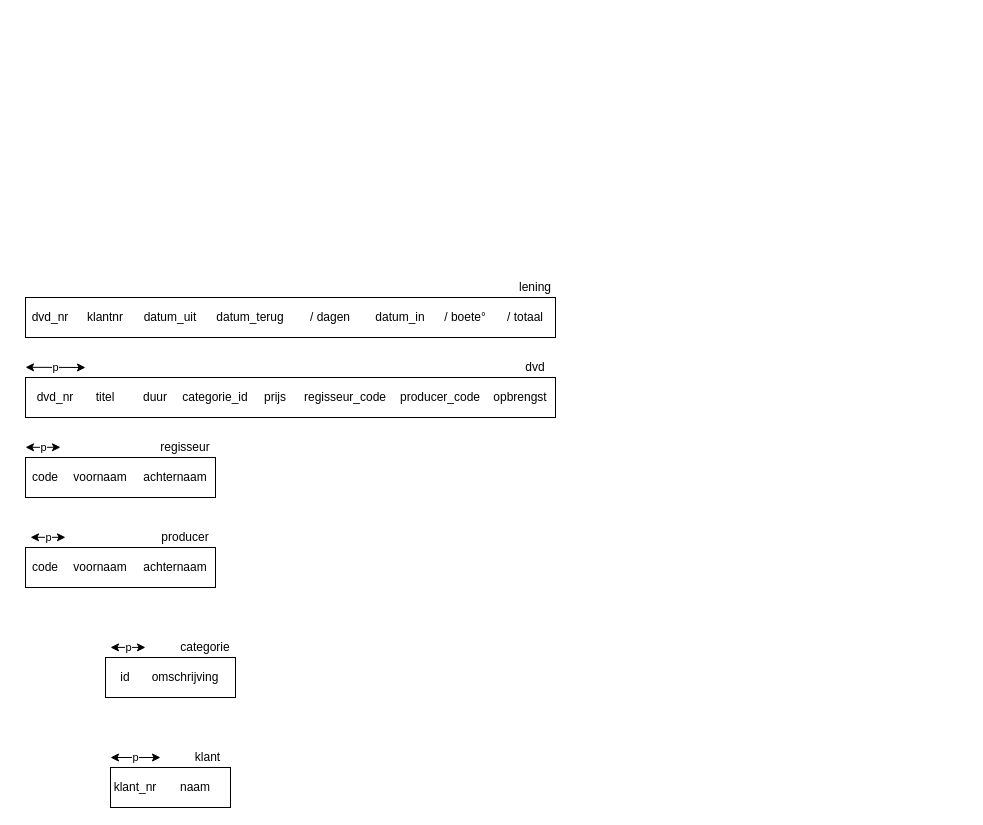
Above: assets/09-15-wc.drawio in JonaVDM/hz-1.1-db (draw.io), before the change. Source tidied: cells renumbered, new cells numbered last; positions are measured from the earlier drawing's top-left corner, leaving out a move shared by most shapes. Both pictures are drawn from the tidied source at 100%, with x=0, y=0 at pixel (25, 277).
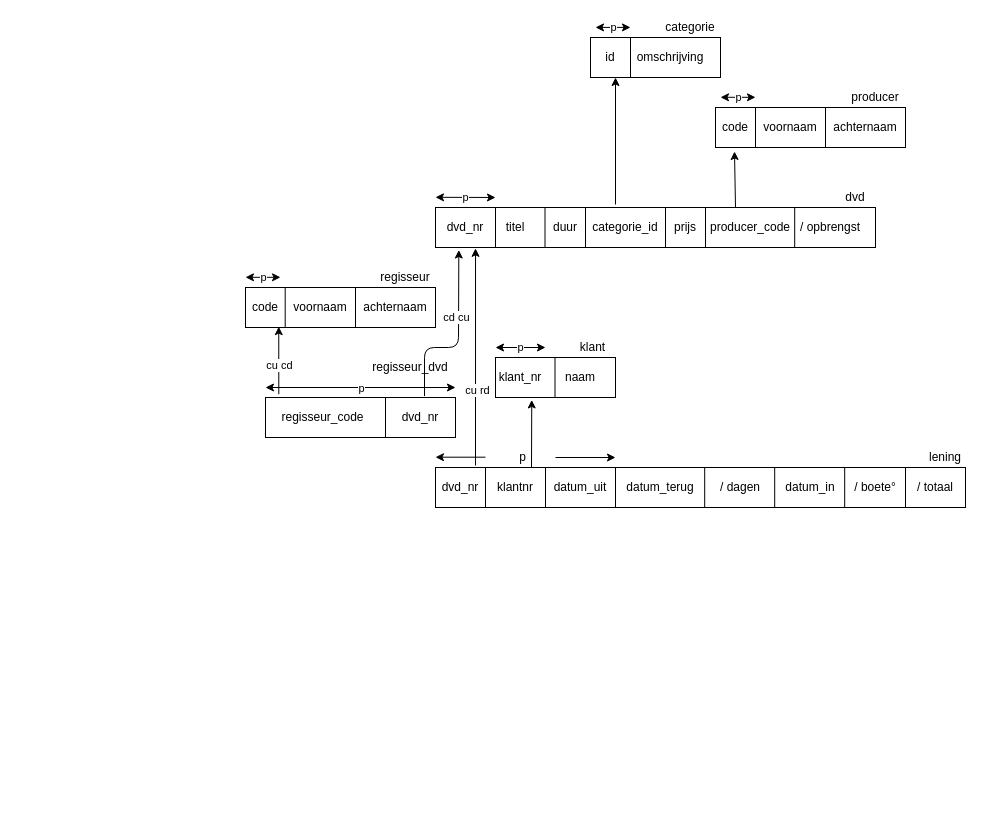
Above is the later version.

What changed in the source:
```diff
@@
     <mxCell id="2" style="rounded=0;whiteSpace=wrap;html=1;" parent="1" vertex="1">
-      <mxGeometry y="20" width="530" height="40" as="geometry" />
+      <mxGeometry x="410" y="190" width="530" height="40" as="geometry" />
     </mxCell>
     <mxCell id="3" value="lening" style="text;html=1;strokeColor=none;fillColor=none;align=center;verticalAlign=middle;whiteSpace=wrap;rounded=0;" parent="1" vertex="1">
-      <mxGeometry x="490" width="40" height="20" as="geometry" />
+      <mxGeometry x="900" y="170" width="40" height="20" as="geometry" />
     </mxCell>
     <mxCell id="4" value="/ totaal" style="text;html=1;strokeColor=none;fillColor=none;align=center;verticalAlign=middle;whiteSpace=wrap;rounded=0;" parent="1" vertex="1">
-      <mxGeometry x="470" y="30" width="60" height="20" as="geometry" />
+      <mxGeometry x="880" y="200" width="60" height="20" as="geometry" />
     </mxCell>
     <mxCell id="5" value="/ boete° " style="text;html=1;strokeColor=none;fillColor=none;align=center;verticalAlign=middle;whiteSpace=wrap;rounded=0;" parent="1" vertex="1">
-      <mxGeometry x="410" y="30" width="60" height="20" as="geometry" />
+      <mxGeometry x="820" y="200" width="60" height="20" as="geometry" />
     </mxCell>
     <mxCell id="6" value="datum_in" style="text;html=1;strokeColor=none;fillColor=none;align=center;verticalAlign=middle;whiteSpace=wrap;rounded=0;" parent="1" vertex="1">
-      <mxGeometry x="340" y="30" width="70" height="20" as="geometry" />
+      <mxGeometry x="750" y="200" width="70" height="20" as="geometry" />
     </mxCell>
     <mxCell id="7" value="/ dagen" style="text;html=1;strokeColor=none;fillColor=none;align=center;verticalAlign=middle;whiteSpace=wrap;rounded=0;" parent="1" vertex="1">
-      <mxGeometry x="270" y="30" width="70" height="20" as="geometry" />
+      <mxGeometry x="680" y="200" width="70" height="20" as="geometry" />
     </mxCell>
     <mxCell id="8" value="datum_uit" style="text;html=1;strokeColor=none;fillColor=none;align=center;verticalAlign=middle;whiteSpace=wrap;rounded=0;" parent="1" vertex="1">
-      <mxGeometry x="110" y="30" width="70" height="20" as="geometry" />
+      <mxGeometry x="520" y="200" width="70" height="20" as="geometry" />
     </mxCell>
     <mxCell id="9" value="datum_terug" style="text;html=1;strokeColor=none;fillColor=none;align=center;verticalAlign=middle;whiteSpace=wrap;rounded=0;" parent="1" vertex="1">
-      <mxGeometry x="180" y="30" width="90" height="20" as="geometry" />
+      <mxGeometry x="590" y="200" width="90" height="20" as="geometry" />
     </mxCell>
     <mxCell id="10" value="klantnr" style="text;html=1;strokeColor=none;fillColor=none;align=center;verticalAlign=middle;whiteSpace=wrap;rounded=0;" parent="1" vertex="1">
-      <mxGeometry x="50" y="30" width="60" height="20" as="geometry" />
+      <mxGeometry x="460" y="200" width="60" height="20" as="geometry" />
     </mxCell>
     <mxCell id="11" value="dvd_nr" style="text;html=1;strokeColor=none;fillColor=none;align=center;verticalAlign=middle;whiteSpace=wrap;rounded=0;" parent="1" vertex="1">
-      <mxGeometry y="30" width="50" height="20" as="geometry" />
+      <mxGeometry x="410" y="200" width="50" height="20" as="geometry" />
     </mxCell>
     <mxCell id="12" style="rounded=0;whiteSpace=wrap;html=1;" parent="1" vertex="1">
-      <mxGeometry y="100" width="530" height="40" as="geometry" />
+      <mxGeometry x="410" y="-70" width="440" height="40" as="geometry" />
     </mxCell>
     <mxCell id="13" value="&lt;div&gt;dvd_nr&lt;/div&gt;" style="text;html=1;strokeColor=none;fillColor=none;align=center;verticalAlign=middle;whiteSpace=wrap;rounded=0;" parent="1" vertex="1">
-      <mxGeometry y="110" width="60" height="20" as="geometry" />
+      <mxGeometry x="410" y="-60" width="60" height="20" as="geometry" />
     </mxCell>
     <mxCell id="14" value="titel" style="text;html=1;strokeColor=none;fillColor=none;align=center;verticalAlign=middle;whiteSpace=wrap;rounded=0;" parent="1" vertex="1">
-      <mxGeometry x="60" y="110" width="40" height="20" as="geometry" />
+      <mxGeometry x="470" y="-60" width="40" height="20" as="geometry" />
     </mxCell>
     <mxCell id="15" value="duur" style="text;html=1;strokeColor=none;fillColor=none;align=center;verticalAlign=middle;whiteSpace=wrap;rounded=0;" parent="1" vertex="1">
-      <mxGeometry x="110" y="110" width="40" height="20" as="geometry" />
+      <mxGeometry x="520" y="-60" width="40" height="20" as="geometry" />
     </mxCell>
     <mxCell id="16" value="categorie_id" style="text;html=1;strokeColor=none;fillColor=none;align=center;verticalAlign=middle;whiteSpace=wrap;rounded=0;" parent="1" vertex="1">
-      <mxGeometry x="150" y="110" width="80" height="20" as="geometry" />
+      <mxGeometry x="560" y="-60" width="80" height="20" as="geometry" />
     </mxCell>
     <mxCell id="17" value="prijs" style="text;html=1;strokeColor=none;fillColor=none;align=center;verticalAlign=middle;whiteSpace=wrap;rounded=0;" parent="1" vertex="1">
-      <mxGeometry x="230" y="110" width="40" height="20" as="geometry" />
+      <mxGeometry x="640" y="-60" width="40" height="20" as="geometry" />
     </mxCell>
-    <mxCell id="18" value="regisseur_code" style="text;html=1;strokeColor=none;fillColor=none;align=center;verticalAlign=middle;whiteSpace=wrap;rounded=0;" parent="1" vertex="1">
-      <mxGeometry x="270" y="110" width="100" height="20" as="geometry" />
-    </mxCell>
     <mxCell id="19" value="producer_code" style="text;html=1;strokeColor=none;fillColor=none;align=center;verticalAlign=middle;whiteSpace=wrap;rounded=0;" parent="1" vertex="1">
-      <mxGeometry x="370" y="110" width="90" height="20" as="geometry" />
+      <mxGeometry x="680" y="-60" width="90" height="20" as="geometry" />
     </mxCell>
-    <mxCell id="20" value="opbrengst" style="text;html=1;strokeColor=none;fillColor=none;align=center;verticalAlign=middle;whiteSpace=wrap;rounded=0;" parent="1" vertex="1">
-      <mxGeometry x="460" y="110" width="70" height="20" as="geometry" />
+    <mxCell id="20" value="/ opbrengst" style="text;html=1;strokeColor=none;fillColor=none;align=center;verticalAlign=middle;whiteSpace=wrap;rounded=0;" parent="1" vertex="1">
+      <mxGeometry x="770" y="-60" width="70" height="20" as="geometry" />
     </mxCell>
     <mxCell id="21" value="&lt;div&gt;dvd&lt;/div&gt;" style="text;html=1;strokeColor=none;fillColor=none;align=center;verticalAlign=middle;whiteSpace=wrap;rounded=0;" parent="1" vertex="1">
-      <mxGeometry x="490" y="80" width="40" height="20" as="geometry" />
+      <mxGeometry x="810" y="-90" width="40" height="20" as="geometry" />
     </mxCell>
     <mxCell id="22" style="rounded=0;whiteSpace=wrap;html=1;" parent="1" vertex="1">
-      <mxGeometry y="180" width="190" height="40" as="geometry" />
+      <mxGeometry x="220" y="10" width="190" height="40" as="geometry" />
     </mxCell>
     <mxCell id="23" value="code" style="text;html=1;strokeColor=none;fillColor=none;align=center;verticalAlign=middle;whiteSpace=wrap;rounded=0;" parent="1" vertex="1">
-      <mxGeometry y="190" width="40" height="20" as="geometry" />
+      <mxGeometry x="220" y="20" width="40" height="20" as="geometry" />
     </mxCell>
     <mxCell id="24" value="voornaam" style="text;html=1;strokeColor=none;fillColor=none;align=center;verticalAlign=middle;whiteSpace=wrap;rounded=0;" parent="1" vertex="1">
-      <mxGeometry x="40" y="190" width="70" height="20" as="geometry" />
+      <mxGeometry x="260" y="20" width="70" height="20" as="geometry" />
     </mxCell>
     <mxCell id="25" value="achternaam" style="text;html=1;strokeColor=none;fillColor=none;align=center;verticalAlign=middle;whiteSpace=wrap;rounded=0;" parent="1" vertex="1">
-      <mxGeometry x="110" y="190" width="80" height="20" as="geometry" />
+      <mxGeometry x="330" y="20" width="80" height="20" as="geometry" />
     </mxCell>
     <mxCell id="26" value="regisseur" style="text;html=1;strokeColor=none;fillColor=none;align=center;verticalAlign=middle;whiteSpace=wrap;rounded=0;" parent="1" vertex="1">
-      <mxGeometry x="130" y="160" width="60" height="20" as="geometry" />
+      <mxGeometry x="350" y="-10" width="60" height="20" as="geometry" />
     </mxCell>
     <mxCell id="27" style="rounded=0;whiteSpace=wrap;html=1;" parent="1" vertex="1">
-      <mxGeometry y="270" width="190" height="40" as="geometry" />
+      <mxGeometry x="690" y="-170" width="190" height="40" as="geometry" />
     </mxCell>
     <mxCell id="28" value="code" style="text;html=1;strokeColor=none;fillColor=none;align=center;verticalAlign=middle;whiteSpace=wrap;rounded=0;" parent="1" vertex="1">
-      <mxGeometry y="280" width="40" height="20" as="geometry" />
+      <mxGeometry x="690" y="-160" width="40" height="20" as="geometry" />
     </mxCell>
     <mxCell id="29" value="voornaam" style="text;html=1;strokeColor=none;fillColor=none;align=center;verticalAlign=middle;whiteSpace=wrap;rounded=0;" parent="1" vertex="1">
-      <mxGeometry x="40" y="280" width="70" height="20" as="geometry" />
+      <mxGeometry x="730" y="-160" width="70" height="20" as="geometry" />
     </mxCell>
     <mxCell id="30" value="achternaam" style="text;html=1;strokeColor=none;fillColor=none;align=center;verticalAlign=middle;whiteSpace=wrap;rounded=0;" parent="1" vertex="1">
-      <mxGeometry x="110" y="280" width="80" height="20" as="geometry" />
+      <mxGeometry x="800" y="-160" width="80" height="20" as="geometry" />
     </mxCell>
     <mxCell id="31" value="producer" style="text;html=1;strokeColor=none;fillColor=none;align=center;verticalAlign=middle;whiteSpace=wrap;rounded=0;" parent="1" vertex="1">
-      <mxGeometry x="130" y="250" width="60" height="20" as="geometry" />
+      <mxGeometry x="820" y="-190" width="60" height="20" as="geometry" />
     </mxCell>
     <mxCell id="32" style="rounded=0;whiteSpace=wrap;html=1;" parent="1" vertex="1">
-      <mxGeometry x="80" y="380" width="130" height="40" as="geometry" />
+      <mxGeometry x="565" y="-240" width="130" height="40" as="geometry" />
     </mxCell>
     <mxCell id="33" value="id" style="text;html=1;strokeColor=none;fillColor=none;align=center;verticalAlign=middle;whiteSpace=wrap;rounded=0;" parent="1" vertex="1">
-      <mxGeometry x="80" y="390" width="40" height="20" as="geometry" />
+      <mxGeometry x="565" y="-230" width="40" height="20" as="geometry" />
     </mxCell>
     <mxCell id="34" value="omschrijving" style="text;html=1;strokeColor=none;fillColor=none;align=center;verticalAlign=middle;whiteSpace=wrap;rounded=0;" parent="1" vertex="1">
-      <mxGeometry x="120" y="390" width="80" height="20" as="geometry" />
+      <mxGeometry x="605" y="-230" width="80" height="20" as="geometry" />
     </mxCell>
     <mxCell id="35" value="categorie" style="text;html=1;strokeColor=none;fillColor=none;align=center;verticalAlign=middle;whiteSpace=wrap;rounded=0;" parent="1" vertex="1">
-      <mxGeometry x="150" y="360" width="60" height="20" as="geometry" />
+      <mxGeometry x="635" y="-260" width="60" height="20" as="geometry" />
     </mxCell>
     <mxCell id="36" style="rounded=0;whiteSpace=wrap;html=1;" parent="1" vertex="1">
-      <mxGeometry x="85" y="490" width="120" height="40" as="geometry" />
+      <mxGeometry x="470" y="80" width="120" height="40" as="geometry" />
     </mxCell>
     <mxCell id="37" value="klant_nr" style="text;html=1;strokeColor=none;fillColor=none;align=center;verticalAlign=middle;whiteSpace=wrap;rounded=0;" parent="1" vertex="1">
-      <mxGeometry x="85" y="500" width="50" height="20" as="geometry" />
+      <mxGeometry x="470" y="90" width="50" height="20" as="geometry" />
     </mxCell>
     <mxCell id="38" value="naam" style="text;html=1;strokeColor=none;fillColor=none;align=center;verticalAlign=middle;whiteSpace=wrap;rounded=0;" parent="1" vertex="1">
-      <mxGeometry x="145" y="500" width="50" height="20" as="geometry" />
+      <mxGeometry x="530" y="90" width="50" height="20" as="geometry" />
     </mxCell>
     <mxCell id="39" value="klant" style="text;html=1;strokeColor=none;fillColor=none;align=center;verticalAlign=middle;whiteSpace=wrap;rounded=0;" parent="1" vertex="1">
-      <mxGeometry x="160" y="470" width="45" height="20" as="geometry" />
+      <mxGeometry x="545" y="60" width="45" height="20" as="geometry" />
     </mxCell>
     <mxCell id="40" value="p" style="endArrow=classic;startArrow=classic;html=1;" parent="1" edge="1">
       <mxGeometry relative="1" as="geometry">
-        <mxPoint x="85" y="480" as="sourcePoint" />
-        <mxPoint x="135" y="480" as="targetPoint" />
+        <mxPoint x="470" y="70" as="sourcePoint" />
+        <mxPoint x="520" y="70" as="targetPoint" />
       </mxGeometry>
     </mxCell>
     <mxCell id="41" value="p" style="endArrow=classic;startArrow=classic;html=1;" parent="1" edge="1">
       <mxGeometry relative="1" as="geometry">
-        <mxPoint x="85" y="369.9" as="sourcePoint" />
-        <mxPoint x="120" y="369.9" as="targetPoint" />
+        <mxPoint x="570" y="-250.1" as="sourcePoint" />
+        <mxPoint x="605" y="-250.1" as="targetPoint" />
       </mxGeometry>
     </mxCell>
     <mxCell id="42" value="p" style="endArrow=classic;startArrow=classic;html=1;" parent="1" edge="1">
       <mxGeometry relative="1" as="geometry">
-        <mxPoint x="5" y="259.8" as="sourcePoint" />
-        <mxPoint x="40" y="259.8" as="targetPoint" />
+        <mxPoint x="695" y="-180.2" as="sourcePoint" />
+        <mxPoint x="730" y="-180.2" as="targetPoint" />
       </mxGeometry>
     </mxCell>
     <mxCell id="43" value="p" style="endArrow=classic;startArrow=classic;html=1;" parent="1" edge="1">
       <mxGeometry relative="1" as="geometry">
-        <mxPoint y="169.8" as="sourcePoint" />
-        <mxPoint x="35" y="169.8" as="targetPoint" />
+        <mxPoint x="220" y="-0.2" as="sourcePoint" />
+        <mxPoint x="255" y="-0.2" as="targetPoint" />
       </mxGeometry>
     </mxCell>
     <mxCell id="44" value="p" style="endArrow=classic;startArrow=classic;html=1;" parent="1" edge="1">
       <mxGeometry relative="1" as="geometry">
-        <mxPoint y="89.8" as="sourcePoint" />
-        <mxPoint x="60" y="90" as="targetPoint" />
+        <mxPoint x="410" y="-80.2" as="sourcePoint" />
+        <mxPoint x="470" y="-80" as="targetPoint" />
       </mxGeometry>
     </mxCell>
+    <mxCell id="45" style="endArrow=classic;html=1;" parent="1" edge="1">
+      <mxGeometry relative="1" as="geometry">
+        <mxPoint x="460" y="179.7" as="sourcePoint" />
+        <mxPoint x="410" y="179.7" as="targetPoint" />
+      </mxGeometry>
+    </mxCell>
+    <mxCell id="46" style="endArrow=classic;html=1;" parent="1" edge="1">
+      <mxGeometry relative="1" as="geometry">
+        <mxPoint x="530" y="180" as="sourcePoint" />
+        <mxPoint x="590" y="180" as="targetPoint" />
+      </mxGeometry>
+    </mxCell>
+    <mxCell id="47" value="p" style="text;html=1;strokeColor=none;fillColor=none;align=center;verticalAlign=middle;whiteSpace=wrap;rounded=0;" parent="1" vertex="1">
+      <mxGeometry x="490" y="170" width="15" height="20" as="geometry" />
+    </mxCell>
+    <mxCell id="48" style="endArrow=classic;html=1;entryX=0.302;entryY=1.061;entryDx=0;entryDy=0;entryPerimeter=0;" parent="1" edge="1" target="36">
+      <mxGeometry relative="1" as="geometry">
+        <mxPoint x="506" y="190" as="sourcePoint" />
+      </mxGeometry>
+    </mxCell>
+    <mxCell id="49" style="endArrow=classic;html=1;entryX=0.091;entryY=1.021;entryDx=0;entryDy=0;entryPerimeter=0;" parent="1" edge="1" target="12">
+      <mxGeometry relative="1" as="geometry">
+        <mxPoint x="450" y="188" as="sourcePoint" />
+      </mxGeometry>
+    </mxCell>
+    <mxCell id="50" value="cu rd" style="edgeLabel;html=1;align=center;verticalAlign=middle;" parent="49" vertex="1">
+      <mxGeometry x="-0.3" y="-1" relative="1" as="geometry" />
+    </mxCell>
+    <mxCell id="51" style="rounded=0;whiteSpace=wrap;html=1;" parent="1" vertex="1">
+      <mxGeometry x="240" y="120" width="190" height="40" as="geometry" />
+    </mxCell>
+    <mxCell id="18" value="regisseur_code" style="text;html=1;strokeColor=none;fillColor=none;align=center;verticalAlign=middle;whiteSpace=wrap;rounded=0;" parent="1" vertex="1">
+      <mxGeometry x="245" y="130" width="105" height="20" as="geometry" />
+    </mxCell>
+    <mxCell id="52" value="dvd_nr" style="text;html=1;strokeColor=none;fillColor=none;align=center;verticalAlign=middle;whiteSpace=wrap;rounded=0;" parent="1" vertex="1">
+      <mxGeometry x="375" y="130" width="40" height="20" as="geometry" />
+    </mxCell>
+    <mxCell id="53" style="endArrow=classic;startArrow=classic;html=1;" parent="1" edge="1">
+      <mxGeometry relative="1" as="geometry">
+        <mxPoint x="240" y="110" as="sourcePoint" />
+        <mxPoint x="430" y="110" as="targetPoint" />
+      </mxGeometry>
+    </mxCell>
+    <mxCell id="54" value="p" style="edgeLabel;html=1;align=center;verticalAlign=middle;" parent="53" vertex="1">
+      <mxGeometry x="0.09" relative="1" as="geometry">
+        <mxPoint x="-9" as="offset" />
+      </mxGeometry>
+    </mxCell>
+    <mxCell id="55" value="regisseur_dvd" style="text;html=1;strokeColor=none;fillColor=none;align=center;verticalAlign=middle;whiteSpace=wrap;rounded=0;" parent="1" vertex="1">
+      <mxGeometry x="340" y="80" width="90" height="20" as="geometry" />
+    </mxCell>
+    <mxCell id="56" style="endArrow=classic;html=1;entryX=0.053;entryY=1.063;entryDx=0;entryDy=0;entryPerimeter=0;exitX=0.837;exitY=-0.035;exitDx=0;exitDy=0;exitPerimeter=0;" parent="1" edge="1" source="51" target="12">
+      <mxGeometry relative="1" as="geometry">
+        <Array as="points">
+          <mxPoint x="399" y="70" />
+          <mxPoint x="433" y="70" />
+        </Array>
+      </mxGeometry>
+    </mxCell>
+    <mxCell id="57" value="cd cu" style="edgeLabel;html=1;align=center;verticalAlign=middle;" parent="56" vertex="1">
+      <mxGeometry x="0.33" relative="1" as="geometry">
+        <mxPoint x="-3" y="7" as="offset" />
+      </mxGeometry>
+    </mxCell>
+    <mxCell id="58" style="endArrow=classic;html=1;exitX=0.07;exitY=-0.083;exitDx=0;exitDy=0;exitPerimeter=0;entryX=0.175;entryY=0.979;entryDx=0;entryDy=0;entryPerimeter=0;" parent="1" edge="1" source="51" target="22">
+      <mxGeometry relative="1" as="geometry" />
+    </mxCell>
+    <mxCell id="59" value="cu cd" style="edgeLabel;html=1;align=center;verticalAlign=middle;" parent="58" vertex="1">
+      <mxGeometry x="-0.13" relative="1" as="geometry" />
+    </mxCell>
+    <mxCell id="60" style="endArrow=classic;html=1;" parent="1" edge="1">
+      <mxGeometry relative="1" as="geometry">
+        <mxPoint x="710" y="-70" as="sourcePoint" />
+        <mxPoint x="709" y="-126" as="targetPoint" />
+      </mxGeometry>
+    </mxCell>
+    <mxCell id="61" style="endArrow=classic;html=1;" parent="1" edge="1">
+      <mxGeometry relative="1" as="geometry">
+        <mxPoint x="590" y="-73" as="sourcePoint" />
+        <mxPoint x="590" y="-200" as="targetPoint" />
+      </mxGeometry>
+    </mxCell>
+    <mxCell id="62" style="endArrow=none;html=1;" parent="1" edge="1">
+      <mxGeometry relative="1" as="geometry">
+        <mxPoint x="259.7" y="50" as="sourcePoint" />
+        <mxPoint x="259.7" y="10" as="targetPoint" />
+      </mxGeometry>
+    </mxCell>
+    <mxCell id="63" style="endArrow=none;html=1;" parent="1" edge="1">
+      <mxGeometry relative="1" as="geometry">
+        <mxPoint x="330" y="50" as="sourcePoint" />
+        <mxPoint x="330" y="10" as="targetPoint" />
+      </mxGeometry>
+    </mxCell>
+    <mxCell id="64" style="endArrow=none;html=1;" parent="1" edge="1">
+      <mxGeometry relative="1" as="geometry">
+        <mxPoint x="360" y="160" as="sourcePoint" />
+        <mxPoint x="360" y="120" as="targetPoint" />
+      </mxGeometry>
+    </mxCell>
+    <mxCell id="65" style="endArrow=none;html=1;" parent="1" edge="1">
+      <mxGeometry relative="1" as="geometry">
+        <mxPoint x="470" y="-30" as="sourcePoint" />
+        <mxPoint x="470" y="-70" as="targetPoint" />
+      </mxGeometry>
+    </mxCell>
+    <mxCell id="66" style="endArrow=none;html=1;" parent="1" edge="1">
+      <mxGeometry relative="1" as="geometry">
+        <mxPoint x="519.5" y="-30" as="sourcePoint" />
+        <mxPoint x="519.5" y="-70" as="targetPoint" />
+      </mxGeometry>
+    </mxCell>
+    <mxCell id="67" style="endArrow=none;html=1;" parent="1" edge="1">
+      <mxGeometry relative="1" as="geometry">
+        <mxPoint x="560" y="-30" as="sourcePoint" />
+        <mxPoint x="560" y="-70" as="targetPoint" />
+      </mxGeometry>
+    </mxCell>
+    <mxCell id="68" style="endArrow=none;html=1;" parent="1" edge="1">
+      <mxGeometry relative="1" as="geometry">
+        <mxPoint x="529.5" y="120" as="sourcePoint" />
+        <mxPoint x="529.5" y="80" as="targetPoint" />
+      </mxGeometry>
+    </mxCell>
+    <mxCell id="69" style="endArrow=none;html=1;" parent="1" edge="1">
+      <mxGeometry relative="1" as="geometry">
+        <mxPoint x="640" y="-30" as="sourcePoint" />
+        <mxPoint x="640" y="-70" as="targetPoint" />
+      </mxGeometry>
+    </mxCell>
+    <mxCell id="70" style="endArrow=none;html=1;" parent="1" edge="1">
+      <mxGeometry relative="1" as="geometry">
+        <mxPoint x="680" y="-30" as="sourcePoint" />
+        <mxPoint x="680" y="-70" as="targetPoint" />
+      </mxGeometry>
+    </mxCell>
+    <mxCell id="71" style="endArrow=none;html=1;" parent="1" edge="1">
+      <mxGeometry relative="1" as="geometry">
+        <mxPoint x="605" y="-200" as="sourcePoint" />
+        <mxPoint x="605" y="-240" as="targetPoint" />
+      </mxGeometry>
+    </mxCell>
+    <mxCell id="72" style="endArrow=none;html=1;" parent="1" edge="1">
+      <mxGeometry relative="1" as="geometry">
+        <mxPoint x="800" y="-130" as="sourcePoint" />
+        <mxPoint x="800" y="-170" as="targetPoint" />
+      </mxGeometry>
+    </mxCell>
+    <mxCell id="73" style="endArrow=none;html=1;" parent="1" edge="1">
+      <mxGeometry relative="1" as="geometry">
+        <mxPoint x="730" y="-130" as="sourcePoint" />
+        <mxPoint x="730" y="-170" as="targetPoint" />
+      </mxGeometry>
+    </mxCell>
+    <mxCell id="74" style="endArrow=none;html=1;" parent="1" edge="1">
+      <mxGeometry relative="1" as="geometry">
+        <mxPoint x="769.2" y="-30" as="sourcePoint" />
+        <mxPoint x="769.2" y="-70" as="targetPoint" />
+      </mxGeometry>
+    </mxCell>
+    <mxCell id="75" style="endArrow=none;html=1;" parent="1" edge="1">
+      <mxGeometry relative="1" as="geometry">
+        <mxPoint x="460" y="230" as="sourcePoint" />
+        <mxPoint x="460" y="190" as="targetPoint" />
+      </mxGeometry>
+    </mxCell>
+    <mxCell id="76" style="endArrow=none;html=1;" parent="1" edge="1">
+      <mxGeometry relative="1" as="geometry">
+        <mxPoint x="520" y="230" as="sourcePoint" />
+        <mxPoint x="520" y="190" as="targetPoint" />
+      </mxGeometry>
+    </mxCell>
+    <mxCell id="77" style="endArrow=none;html=1;" parent="1" edge="1">
+      <mxGeometry relative="1" as="geometry">
+        <mxPoint x="590" y="230" as="sourcePoint" />
+        <mxPoint x="590" y="190" as="targetPoint" />
+      </mxGeometry>
+    </mxCell>
+    <mxCell id="78" style="endArrow=none;html=1;" parent="1" edge="1">
+      <mxGeometry relative="1" as="geometry">
+        <mxPoint x="679.2" y="230" as="sourcePoint" />
+        <mxPoint x="679.2" y="190" as="targetPoint" />
+      </mxGeometry>
+    </mxCell>
+    <mxCell id="79" style="endArrow=none;html=1;" parent="1" edge="1">
+      <mxGeometry relative="1" as="geometry">
+        <mxPoint x="749.2" y="230" as="sourcePoint" />
+        <mxPoint x="749.2" y="190" as="targetPoint" />
+      </mxGeometry>
+    </mxCell>
+    <mxCell id="80" style="endArrow=none;html=1;" parent="1" edge="1">
+      <mxGeometry relative="1" as="geometry">
+        <mxPoint x="819.2" y="230" as="sourcePoint" />
+        <mxPoint x="819.2" y="190" as="targetPoint" />
+      </mxGeometry>
+    </mxCell>
+    <mxCell id="81" style="endArrow=none;html=1;" parent="1" edge="1">
+      <mxGeometry relative="1" as="geometry">
+        <mxPoint x="880" y="230" as="sourcePoint" />
+        <mxPoint x="880" y="190" as="targetPoint" />
+      </mxGeometry>
+    </mxCell>
```
